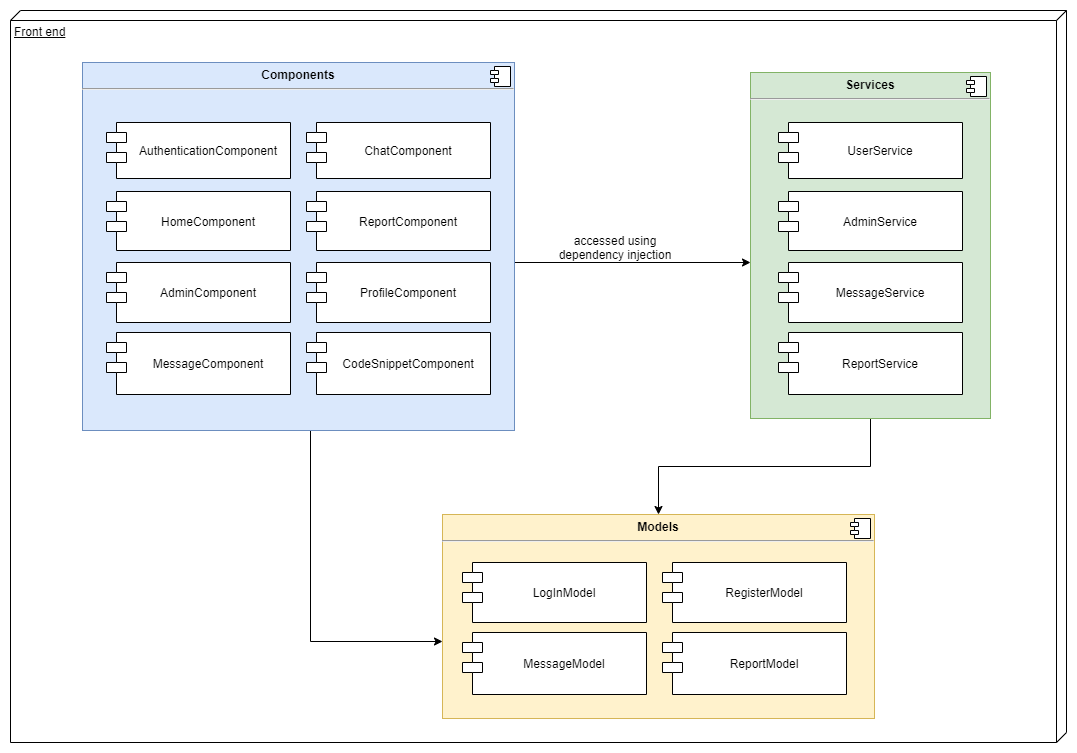
Earlier version of the draw.io export assets/diagrams/frontend.png (iulian-rusu/discode). Source tidied: cells renumbered, new cells last; positions are measured from the earlier drawing's top-left corner, leaving out a move shared by most shapes.
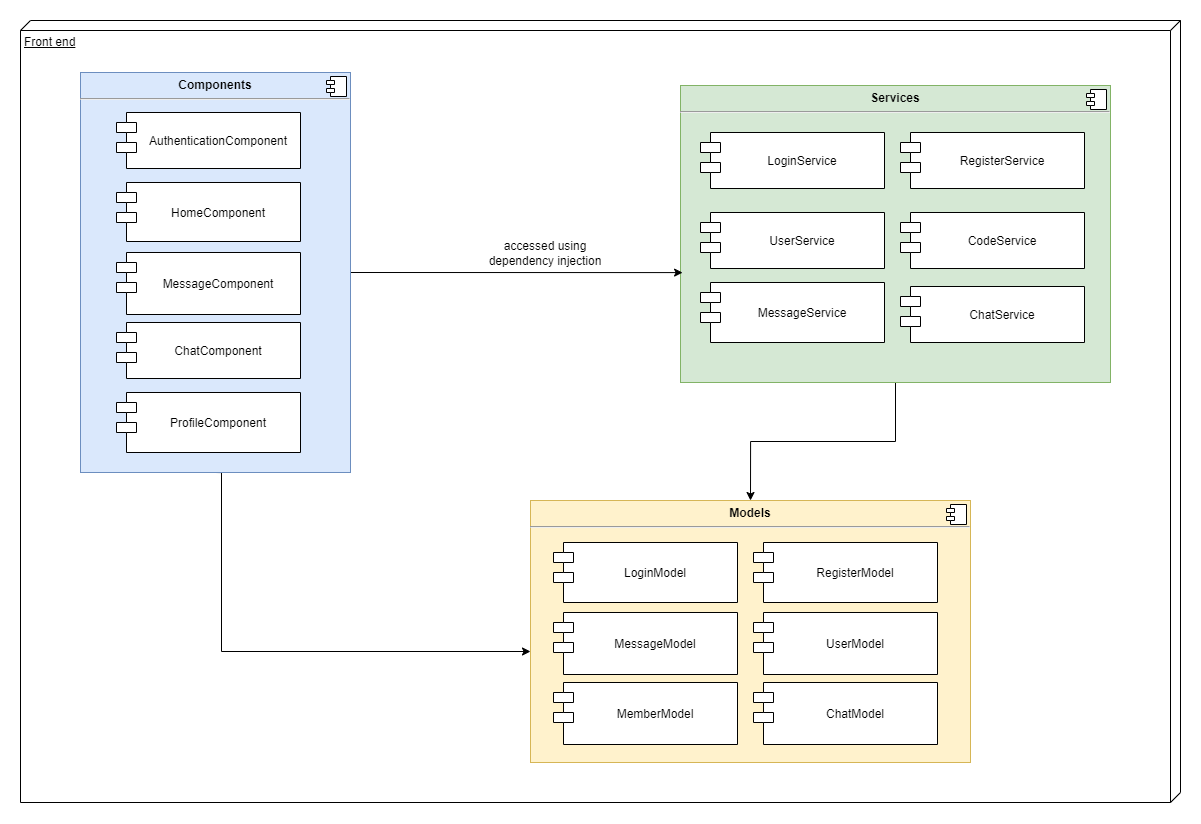
Later version of the same file.

Commit message:
Update frontend diagram

Diff of the diagram source:
```diff
@@ -1,105 +1,108 @@
 <mxGraphModel>
   <root>
-    <mxCell id="0" />
-    <mxCell id="1" parent="0" />
+    <mxCell id="30" />
+    <mxCell id="31" parent="30" />
-    <mxCell id="2" value="Front end" style="verticalAlign=top;align=left;spacingTop=8;spacingLeft=2;spacingRight=12;shape=cube;size=10;direction=south;fontStyle=4;html=1;" parent="1" vertex="1">
-      <mxGeometry width="1056" height="732" as="geometry" />
+    <mxCell id="2" value="Front end" style="verticalAlign=top;align=left;spacingTop=8;spacingLeft=2;spacingRight=12;shape=cube;size=10;direction=south;fontStyle=4;html=1;" parent="31" vertex="1">
+      <mxGeometry width="1160" height="782" as="geometry" />
     </mxCell>
-    <mxCell id="3" style="edgeStyle=orthogonalEdgeStyle;rounded=0;jettySize=auto;html=1;exitX=0.5;exitY=1;exitDx=0;exitDy=0;entryX=0.5;entryY=0;entryDx=0;entryDy=0;" parent="1" edge="1" source="4" target="10">
+    <mxCell id="3" style="edgeStyle=orthogonalEdgeStyle;rounded=0;jettySize=auto;html=1;exitX=0.5;exitY=1;exitDx=0;exitDy=0;entryX=0.5;entryY=0;entryDx=0;entryDy=0;" parent="31" edge="1" source="4" target="10">
       <mxGeometry relative="1" as="geometry" />
     </mxCell>
-    <mxCell id="4" value="&lt;p style=&quot;margin: 0px ; margin-top: 6px ; text-align: center&quot;&gt;&lt;b&gt;Services&lt;/b&gt;&lt;/p&gt;&lt;hr&gt;&lt;p style=&quot;margin: 0px ; margin-left: 8px&quot;&gt;&lt;br&gt;&lt;/p&gt;" style="align=left;overflow=fill;html=1;fillColor=#d5e8d4;strokeColor=#82b366;" parent="1" vertex="1">
-      <mxGeometry x="740" y="62" width="240" height="346" as="geometry" />
+    <mxCell id="4" value="&lt;p style=&quot;margin: 0px ; margin-top: 6px ; text-align: center&quot;&gt;&lt;b&gt;Services&lt;/b&gt;&lt;/p&gt;&lt;hr&gt;&lt;p style=&quot;margin: 0px ; margin-left: 8px&quot;&gt;&lt;br&gt;&lt;/p&gt;" style="align=left;overflow=fill;html=1;fillColor=#d5e8d4;strokeColor=#82b366;" parent="31" vertex="1">
+      <mxGeometry x="660" y="65" width="430" height="297" as="geometry" />
     </mxCell>
-    <mxCell id="5" style="shape=component;jettyWidth=8;jettyHeight=4;" parent="4" vertex="1">
-      <mxGeometry x="1" width="20" height="20" relative="1" as="geometry">
-        <mxPoint x="-24" y="4" as="offset" />
-      </mxGeometry>
-    </mxCell>
-    <mxCell id="6" style="edgeStyle=orthogonalEdgeStyle;rounded=0;jettySize=auto;html=1;exitX=1;exitY=0.5;exitDx=0;exitDy=0;" parent="1" edge="1" source="8">
-      <mxGeometry relative="1" as="geometry">
-        <mxPoint x="740" y="252" as="targetPoint" />
-        <Array as="points">
-          <mxPoint x="480" y="252" />
-        </Array>
-      </mxGeometry>
-    </mxCell>
+    <mxCell id="32" style="shape=component;jettyWidth=8;jettyHeight=4;" parent="4" vertex="1">
+      <mxGeometry x="1" width="20" height="20" relative="1" as="geometry">
+        <mxPoint x="-24" y="4" as="offset" />
+      </mxGeometry>
+    </mxCell>
+    <mxCell id="33" style="edgeStyle=orthogonalEdgeStyle;rounded=0;jettySize=auto;html=1;exitX=1;exitY=0.5;exitDx=0;exitDy=0;" parent="31" edge="1" source="8">
+      <mxGeometry relative="1" as="geometry">
+        <mxPoint x="662" y="252" as="targetPoint" />
+        <Array as="points">
+          <mxPoint x="662" y="252" />
+        </Array>
+      </mxGeometry>
+    </mxCell>
-    <mxCell id="7" style="edgeStyle=orthogonalEdgeStyle;rounded=0;jettySize=auto;html=1;exitX=0.5;exitY=1;exitDx=0;exitDy=0;fontSize=14;strokeColor=default;" parent="1" edge="1" source="8" target="10">
+    <mxCell id="7" style="edgeStyle=orthogonalEdgeStyle;rounded=0;jettySize=auto;html=1;exitX=0.5;exitY=1;exitDx=0;exitDy=0;fontSize=14;strokeColor=default;" parent="31" edge="1" source="8" target="10">
       <mxGeometry relative="1" as="geometry">
         <Array as="points">
-          <mxPoint x="300" y="631" />
+          <mxPoint x="201" y="631" />
         </Array>
       </mxGeometry>
     </mxCell>
-    <mxCell id="8" value="&lt;p style=&quot;margin: 0px ; margin-top: 6px ; text-align: center&quot;&gt;&lt;b&gt;Components&lt;/b&gt;&lt;/p&gt;&lt;hr&gt;&lt;p style=&quot;margin: 0px ; margin-left: 8px&quot;&gt;&lt;br&gt;&lt;/p&gt;" style="align=left;overflow=fill;html=1;fillColor=#dae8fc;strokeColor=#6c8ebf;" parent="1" vertex="1">
-      <mxGeometry x="72" y="52" width="432" height="368" as="geometry" />
+    <mxCell id="8" value="&lt;p style=&quot;margin: 0px ; margin-top: 6px ; text-align: center&quot;&gt;&lt;b&gt;Components&lt;/b&gt;&lt;/p&gt;&lt;hr&gt;&lt;p style=&quot;margin: 0px ; margin-left: 8px&quot;&gt;&lt;br&gt;&lt;/p&gt;" style="align=left;overflow=fill;html=1;fillColor=#dae8fc;strokeColor=#6c8ebf;" parent="31" vertex="1">
+      <mxGeometry x="60" y="52" width="270" height="400" as="geometry" />
     </mxCell>
-    <mxCell id="9" style="shape=component;jettyWidth=8;jettyHeight=4;" parent="8" vertex="1">
-      <mxGeometry x="1" width="20" height="20" relative="1" as="geometry">
-        <mxPoint x="-24" y="4" as="offset" />
-      </mxGeometry>
-    </mxCell>
+    <mxCell id="34" style="shape=component;jettyWidth=8;jettyHeight=4;" parent="8" vertex="1">
+      <mxGeometry x="1" width="20" height="20" relative="1" as="geometry">
+        <mxPoint x="-24" y="4" as="offset" />
+      </mxGeometry>
+    </mxCell>
-    <mxCell id="10" value="&lt;p style=&quot;margin: 0px ; margin-top: 6px ; text-align: center&quot;&gt;&lt;b&gt;Models&lt;/b&gt;&lt;/p&gt;&lt;hr&gt;&lt;p style=&quot;margin: 0px ; margin-left: 8px&quot;&gt;&lt;br&gt;&lt;/p&gt;" style="align=left;overflow=fill;html=1;fillColor=#fff2cc;strokeColor=#d6b656;" parent="1" vertex="1">
-      <mxGeometry x="432" y="504" width="432" height="204" as="geometry" />
+    <mxCell id="10" value="&lt;p style=&quot;margin: 0px ; margin-top: 6px ; text-align: center&quot;&gt;&lt;b&gt;Models&lt;/b&gt;&lt;/p&gt;&lt;hr&gt;&lt;p style=&quot;margin: 0px ; margin-left: 8px&quot;&gt;&lt;br&gt;&lt;/p&gt;" style="align=left;overflow=fill;html=1;fillColor=#fff2cc;strokeColor=#d6b656;" parent="31" vertex="1">
+      <mxGeometry x="510" y="480" width="440" height="262" as="geometry" />
     </mxCell>
-    <mxCell id="11" style="shape=component;jettyWidth=8;jettyHeight=4;" parent="10" vertex="1">
-      <mxGeometry x="1" width="20" height="20" relative="1" as="geometry">
-        <mxPoint x="-24" y="4" as="offset" />
-      </mxGeometry>
-    </mxCell>
+    <mxCell id="35" style="shape=component;jettyWidth=8;jettyHeight=4;" parent="10" vertex="1">
+      <mxGeometry x="1" width="20" height="20" relative="1" as="geometry">
+        <mxPoint x="-24" y="4" as="offset" />
+      </mxGeometry>
+    </mxCell>
-    <mxCell id="12" value="accessed using dependency injection" style="text;html=1;strokeColor=none;fillColor=none;align=center;verticalAlign=middle;whiteSpace=wrap;rounded=0;" parent="1" vertex="1">
-      <mxGeometry x="540" y="222" width="130" height="30" as="geometry" />
+    <mxCell id="12" value="accessed using dependency injection" style="text;html=1;strokeColor=none;fillColor=none;align=center;verticalAlign=middle;whiteSpace=wrap;rounded=0;" parent="31" vertex="1">
+      <mxGeometry x="460" y="218" width="130" height="30" as="geometry" />
     </mxCell>
-    <mxCell id="13" style="edgeStyle=none;rounded=0;orthogonalLoop=1;jettySize=auto;html=1;exitX=0.5;exitY=0;exitDx=0;exitDy=0;" parent="1" edge="1" source="10" target="10">
+    <mxCell id="13" style="edgeStyle=none;rounded=0;orthogonalLoop=1;jettySize=auto;html=1;exitX=0.5;exitY=0;exitDx=0;exitDy=0;" parent="31" edge="1" source="10" target="10">
       <mxGeometry relative="1" as="geometry" />
     </mxCell>
-    <mxCell id="14" value="AuthenticationComponent" style="shape=module;align=left;spacingLeft=20;align=center;verticalAlign=middle;" parent="1" vertex="1">
-      <mxGeometry x="96" y="112" width="184" height="56" as="geometry" />
+    <mxCell id="14" value="AuthenticationComponent" style="shape=module;align=left;spacingLeft=20;align=center;verticalAlign=middle;" parent="31" vertex="1">
+      <mxGeometry x="96" y="92" width="184" height="56" as="geometry" />
     </mxCell>
-    <mxCell id="15" value="HomeComponent" style="shape=module;align=left;spacingLeft=20;align=center;verticalAlign=middle;" parent="1" vertex="1">
-      <mxGeometry x="96" y="181" width="184" height="59" as="geometry" />
+    <mxCell id="15" value="HomeComponent" style="shape=module;align=left;spacingLeft=20;align=center;verticalAlign=middle;" parent="31" vertex="1">
+      <mxGeometry x="96" y="162" width="184" height="59" as="geometry" />
     </mxCell>
-    <mxCell id="16" value="AdminComponent" style="shape=module;align=left;spacingLeft=20;align=center;verticalAlign=middle;" parent="1" vertex="1">
-      <mxGeometry x="96" y="252" width="184" height="60" as="geometry" />
-    </mxCell>
-    <mxCell id="17" value="MessageComponent" style="shape=module;align=left;spacingLeft=20;align=center;verticalAlign=middle;" parent="1" vertex="1">
-      <mxGeometry x="96" y="322" width="184" height="62" as="geometry" />
+    <mxCell id="17" value="MessageComponent" style="shape=module;align=left;spacingLeft=20;align=center;verticalAlign=middle;" parent="31" vertex="1">
+      <mxGeometry x="96" y="232" width="184" height="62" as="geometry" />
     </mxCell>
-    <mxCell id="18" value="ChatComponent" style="shape=module;align=left;spacingLeft=20;align=center;verticalAlign=middle;" parent="1" vertex="1">
-      <mxGeometry x="296" y="112" width="184" height="56" as="geometry" />
+    <mxCell id="18" value="ChatComponent" style="shape=module;align=left;spacingLeft=20;align=center;verticalAlign=middle;" parent="31" vertex="1">
+      <mxGeometry x="96" y="302" width="184" height="56" as="geometry" />
     </mxCell>
-    <mxCell id="19" value="ReportComponent" style="shape=module;align=left;spacingLeft=20;align=center;verticalAlign=middle;" parent="1" vertex="1">
-      <mxGeometry x="296" y="181" width="184" height="59" as="geometry" />
-    </mxCell>
-    <mxCell id="20" value="ProfileComponent" style="shape=module;align=left;spacingLeft=20;align=center;verticalAlign=middle;" parent="1" vertex="1">
-      <mxGeometry x="296" y="252" width="184" height="60" as="geometry" />
+    <mxCell id="20" value="ProfileComponent" style="shape=module;align=left;spacingLeft=20;align=center;verticalAlign=middle;" parent="31" vertex="1">
+      <mxGeometry x="96" y="372" width="184" height="60" as="geometry" />
     </mxCell>
-    <mxCell id="21" value="CodeSnippetComponent" style="shape=module;align=left;spacingLeft=20;align=center;verticalAlign=middle;" parent="1" vertex="1">
-      <mxGeometry x="296" y="322" width="184" height="62" as="geometry" />
-    </mxCell>
-    <mxCell id="22" value="UserService" style="shape=module;align=left;spacingLeft=20;align=center;verticalAlign=middle;" parent="1" vertex="1">
-      <mxGeometry x="768" y="112" width="184" height="56" as="geometry" />
-    </mxCell>
-    <mxCell id="23" value="AdminService" style="shape=module;align=left;spacingLeft=20;align=center;verticalAlign=middle;" parent="1" vertex="1">
-      <mxGeometry x="768" y="181" width="184" height="59" as="geometry" />
-    </mxCell>
+    <mxCell id="36" value="RegisterService" style="shape=module;align=left;spacingLeft=20;align=center;verticalAlign=middle;" parent="31" vertex="1">
+      <mxGeometry x="880" y="112" width="184" height="56" as="geometry" />
+    </mxCell>
-    <mxCell id="24" value="MessageService" style="shape=module;align=left;spacingLeft=20;align=center;verticalAlign=middle;" parent="1" vertex="1">
-      <mxGeometry x="768" y="252" width="184" height="60" as="geometry" />
+    <mxCell id="24" value="MessageService" style="shape=module;align=left;spacingLeft=20;align=center;verticalAlign=middle;" parent="31" vertex="1">
+      <mxGeometry x="680" y="262" width="184" height="60" as="geometry" />
     </mxCell>
-    <mxCell id="25" value="ReportService" style="shape=module;align=left;spacingLeft=20;align=center;verticalAlign=middle;" parent="1" vertex="1">
-      <mxGeometry x="768" y="322" width="184" height="62" as="geometry" />
-    </mxCell>
-    <mxCell id="26" value="LogInModel" style="shape=module;align=left;spacingLeft=20;align=center;verticalAlign=middle;" parent="1" vertex="1">
-      <mxGeometry x="452" y="552" width="184" height="60" as="geometry" />
-    </mxCell>
+    <mxCell id="37" value="LoginModel" style="shape=module;align=left;spacingLeft=20;align=center;verticalAlign=middle;" parent="31" vertex="1">
+      <mxGeometry x="533" y="522" width="184" height="60" as="geometry" />
+    </mxCell>
-    <mxCell id="27" value="MessageModel" style="shape=module;align=left;spacingLeft=20;align=center;verticalAlign=middle;" parent="1" vertex="1">
-      <mxGeometry x="452" y="622" width="184" height="62" as="geometry" />
+    <mxCell id="27" value="MessageModel" style="shape=module;align=left;spacingLeft=20;align=center;verticalAlign=middle;" parent="31" vertex="1">
+      <mxGeometry x="533" y="592" width="184" height="62" as="geometry" />
     </mxCell>
-    <mxCell id="28" value="RegisterModel" style="shape=module;align=left;spacingLeft=20;align=center;verticalAlign=middle;" parent="1" vertex="1">
-      <mxGeometry x="652" y="552" width="184" height="60" as="geometry" />
+    <mxCell id="28" value="RegisterModel" style="shape=module;align=left;spacingLeft=20;align=center;verticalAlign=middle;" parent="31" vertex="1">
+      <mxGeometry x="733" y="522" width="184" height="60" as="geometry" />
     </mxCell>
-    <mxCell id="29" value="ReportModel" style="shape=module;align=left;spacingLeft=20;align=center;verticalAlign=middle;" parent="1" vertex="1">
-      <mxGeometry x="652" y="622" width="184" height="62" as="geometry" />
-    </mxCell>
+    <mxCell id="38" value="UserModel" style="shape=module;align=left;spacingLeft=20;align=center;verticalAlign=middle;" parent="31" vertex="1">
+      <mxGeometry x="733" y="592" width="184" height="62" as="geometry" />
+    </mxCell>
+    <mxCell id="39" value="LoginService" style="shape=module;align=left;spacingLeft=20;align=center;verticalAlign=middle;" parent="31" vertex="1">
+      <mxGeometry x="680" y="112" width="184" height="56" as="geometry" />
+    </mxCell>
+    <mxCell id="40" value="ChatService" style="shape=module;align=left;spacingLeft=20;align=center;verticalAlign=middle;" parent="31" vertex="1">
+      <mxGeometry x="880" y="266" width="184" height="56" as="geometry" />
+    </mxCell>
+    <mxCell id="41" value="CodeService" style="shape=module;align=left;spacingLeft=20;align=center;verticalAlign=middle;" parent="31" vertex="1">
+      <mxGeometry x="880" y="192" width="184" height="56" as="geometry" />
+    </mxCell>
+    <mxCell id="22" value="UserService" style="shape=module;align=left;spacingLeft=20;align=center;verticalAlign=middle;" parent="31" vertex="1">
+      <mxGeometry x="680" y="192" width="184" height="56" as="geometry" />
+    </mxCell>
+    <mxCell id="42" value="MemberModel" style="shape=module;align=left;spacingLeft=20;align=center;verticalAlign=middle;" parent="31" vertex="1">
+      <mxGeometry x="533" y="662" width="184" height="62" as="geometry" />
+    </mxCell>
+    <mxCell id="43" value="ChatModel" style="shape=module;align=left;spacingLeft=20;align=center;verticalAlign=middle;" parent="31" vertex="1">
+      <mxGeometry x="733" y="662" width="184" height="62" as="geometry" />
+    </mxCell>
   </root>
 </mxGraphModel>
```
